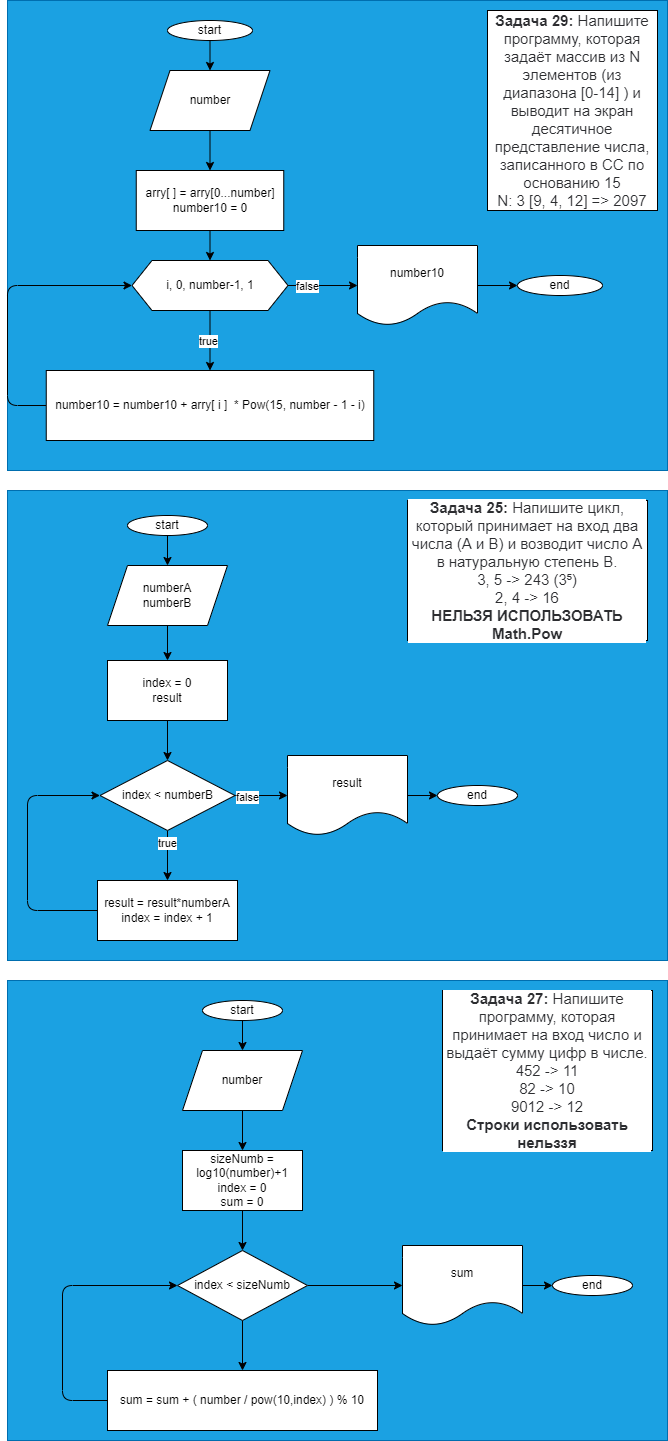
Above: Seminar_4/Algori.drawio.png in AlexKleimon/CSharp_HomeWork (draw.io), before the change. Source tidied: cells renumbered, new cells last; positions are measured from the earlier drawing's top-left corner, leaving out a move shared by most shapes.
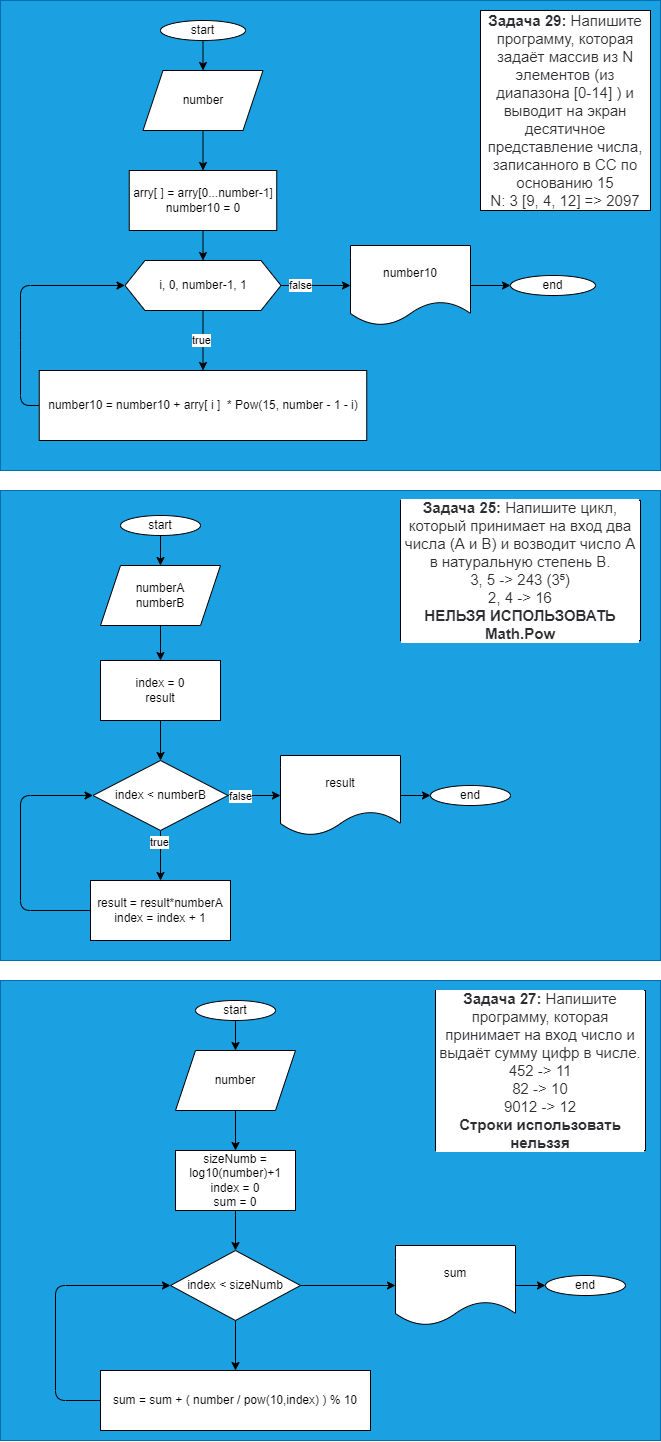
Above is the later version.

Diff of the diagram source:
```diff
@@ -135,7 +135,7 @@
     <mxCell id="42" style="edgeStyle=none;html=1;exitX=0.5;exitY=1;exitDx=0;exitDy=0;entryX=0.5;entryY=0;entryDx=0;entryDy=0;" parent="1" edge="1" source="43" target="48">
       <mxGeometry relative="1" as="geometry" />
     </mxCell>
-    <mxCell id="43" value="arry[ ] = arry[0...number]&lt;br&gt;number10 = 0" style="rounded=0;whiteSpace=wrap;html=1;" parent="1" vertex="1">
+    <mxCell id="43" value="arry[ ] = arry[0...number-1]&lt;br&gt;number10 = 0" style="rounded=0;whiteSpace=wrap;html=1;" parent="1" vertex="1">
       <mxGeometry x="128.8" y="170" width="147.5" height="60" as="geometry" />
     </mxCell>
     <mxCell id="44" style="edgeStyle=none;html=1;exitX=0.5;exitY=1;exitDx=0;exitDy=0;entryX=0.5;entryY=0;entryDx=0;entryDy=0;" parent="1" edge="1" source="48" target="50">
@@ -160,8 +160,9 @@
     <mxCell id="49" style="edgeStyle=none;html=1;entryX=0;entryY=0.5;entryDx=0;entryDy=0;exitX=0;exitY=0.5;exitDx=0;exitDy=0;" parent="1" edge="1" source="50" target="48">
       <mxGeometry relative="1" as="geometry">
         <Array as="points">
-          <mxPoint y="405" />
-          <mxPoint y="285" />
+          <mxPoint x="20" y="405" />
+          <mxPoint x="20" y="340" />
+          <mxPoint x="20" y="285" />
         </Array>
       </mxGeometry>
     </mxCell>
```
